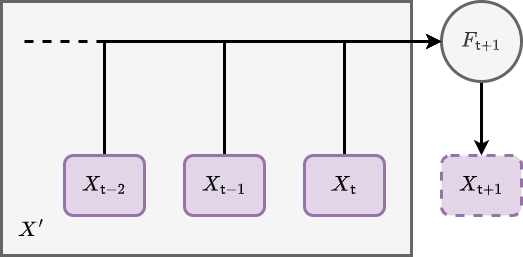
Above: images/chapter-1-fundamental-loop.drawio.png in umbralcalc/worlds-of-observation (draw.io), before the change. Source tidied: cells renumbered, new cells last; positions are measured from the earlier drawing's top-left corner, leaving out a move shared by most shapes. Source of this version:
```xml
<mxGraphModel math="1">
  <root>
    <mxCell id="0" />
    <mxCell id="1" parent="0" />
    <mxCell id="2" style="rounded=0;whiteSpace=wrap;html=1;strokeWidth=3;fontSize=18;fillColor=#f5f5f5;strokeColor=#666666;fontColor=#333333;" parent="1" vertex="1">
      <mxGeometry width="410" height="254" as="geometry" />
    </mxCell>
    <mxCell id="3" style="edgeStyle=orthogonalEdgeStyle;rounded=0;jettySize=auto;html=1;entryX=0.5;entryY=0;entryDx=0;entryDy=0;fontSize=18;strokeWidth=3;" parent="1" edge="1" source="4" target="11">
      <mxGeometry relative="1" as="geometry" />
    </mxCell>
    <mxCell id="4" value="&lt;font style=&quot;font-size: 18px;&quot;&gt;$$F_{{\sf t}+1}$$&lt;/font&gt;" style="ellipse;whiteSpace=wrap;html=1;fillColor=#f5f5f5;fontColor=#333333;strokeColor=#666666;strokeWidth=3;" parent="1" vertex="1">
      <mxGeometry x="440" width="80" height="80" as="geometry" />
    </mxCell>
    <mxCell id="5" style="edgeStyle=orthogonalEdgeStyle;rounded=0;jettySize=auto;html=1;entryX=0;entryY=0.5;entryDx=0;entryDy=0;strokeWidth=3;fontSize=18;exitX=0.5;exitY=0;exitDx=0;exitDy=0;" parent="1" edge="1" source="6" target="4">
      <mxGeometry relative="1" as="geometry">
        <Array as="points">
          <mxPoint x="223" y="40" />
        </Array>
      </mxGeometry>
    </mxCell>
    <mxCell id="6" value="$$X_{{\sf t}-1}$$" style="rounded=1;whiteSpace=wrap;html=1;strokeWidth=3;fontSize=18;fillColor=#e1d5e7;strokeColor=#9673a6;" parent="1" vertex="1">
      <mxGeometry x="183" y="154" width="80" height="60" as="geometry" />
    </mxCell>
    <mxCell id="7" style="edgeStyle=orthogonalEdgeStyle;rounded=0;jettySize=auto;html=1;entryX=0;entryY=0.5;entryDx=0;entryDy=0;strokeWidth=3;fontSize=18;exitX=0.5;exitY=0;exitDx=0;exitDy=0;" parent="1" edge="1" source="8" target="4">
      <mxGeometry relative="1" as="geometry">
        <Array as="points">
          <mxPoint x="343" y="40" />
        </Array>
      </mxGeometry>
    </mxCell>
    <mxCell id="8" value="$$X_{{\sf t}}$$" style="rounded=1;whiteSpace=wrap;html=1;strokeWidth=3;fontSize=18;fillColor=#e1d5e7;strokeColor=#9673a6;" parent="1" vertex="1">
      <mxGeometry x="303" y="154" width="80" height="60" as="geometry" />
    </mxCell>
    <mxCell id="9" style="edgeStyle=orthogonalEdgeStyle;rounded=0;jettySize=auto;html=1;entryX=0;entryY=0.5;entryDx=0;entryDy=0;strokeWidth=3;fontSize=18;exitX=0.5;exitY=0;exitDx=0;exitDy=0;" parent="1" edge="1" source="10" target="4">
      <mxGeometry relative="1" as="geometry">
        <Array as="points">
          <mxPoint x="103" y="40" />
        </Array>
      </mxGeometry>
    </mxCell>
    <mxCell id="10" value="$$X_{{\sf t}-2}$$" style="rounded=1;whiteSpace=wrap;html=1;strokeWidth=3;fontSize=18;fillColor=#e1d5e7;strokeColor=#9673a6;" parent="1" vertex="1">
      <mxGeometry x="63" y="154" width="80" height="60" as="geometry" />
    </mxCell>
    <mxCell id="11" value="$$X_{{\sf t}+1}$$" style="rounded=1;whiteSpace=wrap;html=1;strokeWidth=3;fontSize=18;fillColor=#e1d5e7;strokeColor=#9673a6;dashed=1;" parent="1" vertex="1">
      <mxGeometry x="440" y="154" width="80" height="60" as="geometry" />
    </mxCell>
    <mxCell id="12" style="endArrow=none;html=1;rounded=0;strokeWidth=3;fontSize=18;dashed=1;" parent="1" edge="1">
      <mxGeometry relative="1" as="geometry">
        <mxPoint x="23" y="40" as="sourcePoint" />
        <mxPoint x="103" y="40" as="targetPoint" />
      </mxGeometry>
    </mxCell>
    <mxCell id="13" value="$$X'$$" style="text;html=1;strokeColor=none;fillColor=none;align=center;verticalAlign=middle;whiteSpace=wrap;rounded=0;fontSize=18;" parent="1" vertex="1">
      <mxGeometry y="214" width="60" height="30" as="geometry" />
    </mxCell>
  </root>
</mxGraphModel>
```
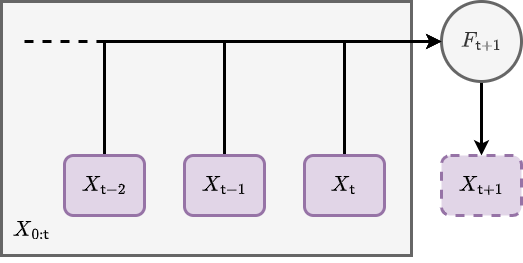
Later version of the same file.

What changed in the source:
```diff
@@ -50,7 +50,7 @@
         <mxPoint x="103" y="40" as="targetPoint" />
       </mxGeometry>
     </mxCell>
-    <mxCell id="13" value="$$X'$$" style="text;html=1;strokeColor=none;fillColor=none;align=center;verticalAlign=middle;whiteSpace=wrap;rounded=0;fontSize=18;" parent="1" vertex="1">
+    <mxCell id="13" value="$$X_{0:{\sf t}}$$" style="text;html=1;strokeColor=none;fillColor=none;align=center;verticalAlign=middle;whiteSpace=wrap;rounded=0;fontSize=18;" parent="1" vertex="1">
       <mxGeometry y="214" width="60" height="30" as="geometry" />
     </mxCell>
   </root>
```
